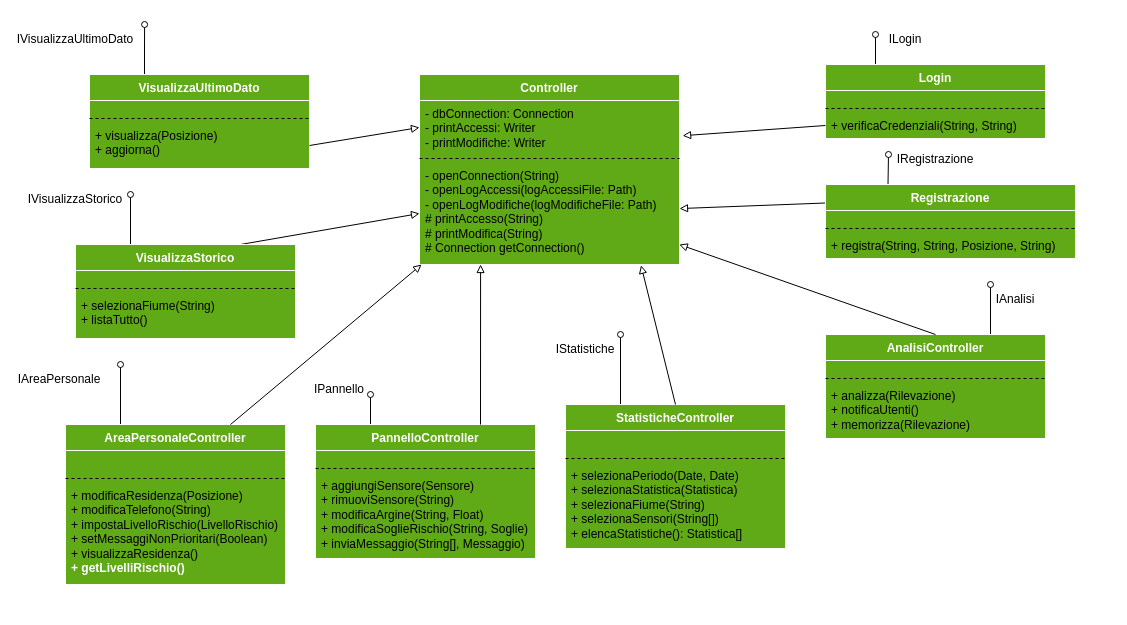
Above: ControllerImpl.drawio in MirkoTonelli/Ing (draw.io), before the change. Source tidied: cells renumbered, new cells numbered last; positions are measured from the earlier drawing's top-left corner, leaving out a move shared by most shapes. Both pictures are drawn from the tidied source at 100%, with x=0, y=0 at pixel (29, 24).
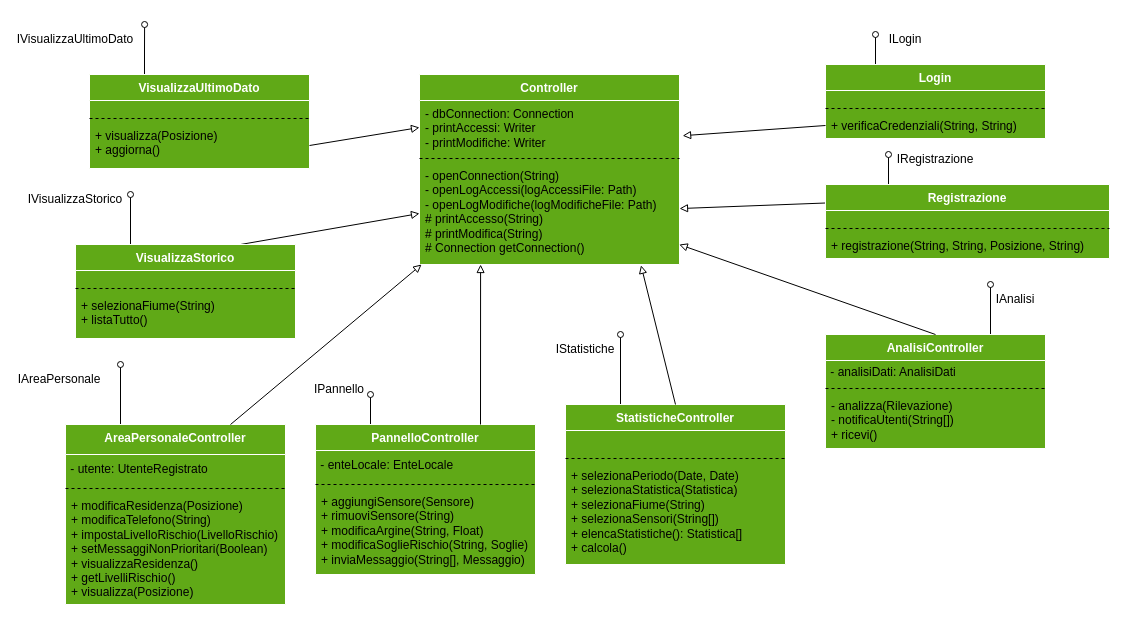
The same page after the edit.

What changed in the source:
```diff
@@
     <mxCell id="7" value="PannelloController" style="swimlane;fontStyle=1;align=center;verticalAlign=top;horizontal=1;startSize=26;whiteSpace=wrap;html=1;swimlaneFillColor=#60A917;fillColor=#60A917;fontColor=#FFFFFF;strokeColor=#FFFFFF;" parent="1" vertex="1">
-      <mxGeometry x="286" y="400" width="220" height="134" as="geometry" />
+      <mxGeometry x="286" y="400" width="220" height="150" as="geometry" />
     </mxCell>
-    <mxCell id="8" style="line;strokeWidth=1;fillColor=none;align=left;verticalAlign=middle;spacingTop=-1;spacingLeft=3;spacingRight=3;labelPosition=right;strokeColor=none;dashed=1;" parent="7" vertex="1">
-      <mxGeometry y="26" width="220" height="14" as="geometry" />
-    </mxCell>
+    <mxCell id="62" value="&amp;nbsp;- enteLocale: EnteLocale" style="text;html=1;align=left;verticalAlign=middle;whiteSpace=wrap;rounded=0;" parent="7" vertex="1">
+      <mxGeometry y="26" width="220" height="30" as="geometry" />
+    </mxCell>
     <mxCell id="9" style="line;strokeWidth=1;fillColor=none;align=left;verticalAlign=middle;spacingTop=-1;spacingLeft=3;spacingRight=3;labelPosition=right;strokeColor=default;dashed=1;" parent="7" vertex="1">
-      <mxGeometry y="40" width="220" height="8" as="geometry" />
+      <mxGeometry y="56" width="220" height="8" as="geometry" />
     </mxCell>
     <mxCell id="10" value="+ aggiungiSensore(Sensore)&lt;div&gt;+ rimuoviSensore(String)&lt;/div&gt;&lt;div&gt;+ modificaArgine(String, Float)&lt;/div&gt;&lt;div&gt;+ modificaSoglieRischio(String, Soglie)&lt;/div&gt;&lt;div&gt;+ inviaMessaggio(String[], Messaggio)&lt;/div&gt;&lt;div&gt;&lt;br&gt;&lt;/div&gt;" style="text;strokeColor=none;fillColor=none;align=left;verticalAlign=top;spacingLeft=4;spacingRight=4;overflow=hidden;whiteSpace=wrap;html=1;" parent="7" vertex="1">
-      <mxGeometry y="48" width="220" height="86" as="geometry" />
+      <mxGeometry y="64" width="220" height="86" as="geometry" />
     </mxCell>
@@
-    <mxCell id="25" value="AreaPersonaleController" style="swimlane;fontStyle=1;align=center;verticalAlign=top;horizontal=1;startSize=26;whiteSpace=wrap;html=1;swimlaneFillColor=#60A917;fillColor=#60A917;fontColor=#FFFFFF;strokeColor=#FFFFFF;" parent="1" vertex="1">
-      <mxGeometry x="36" y="400" width="220" height="160" as="geometry" />
+    <mxCell id="25" value="AreaPersonaleController" style="swimlane;fontStyle=1;align=center;verticalAlign=top;horizontal=1;startSize=30;whiteSpace=wrap;html=1;swimlaneFillColor=#60A917;fillColor=#60A917;fontColor=#FFFFFF;strokeColor=#FFFFFF;" parent="1" vertex="1">
+      <mxGeometry x="36" y="400" width="220" height="180" as="geometry" />
     </mxCell>
-    <mxCell id="26" style="line;strokeWidth=1;fillColor=none;align=left;verticalAlign=middle;spacingTop=-1;spacingLeft=3;spacingRight=3;labelPosition=right;strokeColor=none;dashed=1;" parent="25" vertex="1">
-      <mxGeometry y="26" width="220" height="24" as="geometry" />
-    </mxCell>
+    <mxCell id="63" value="&amp;nbsp;- utente: UtenteRegistrato" style="text;html=1;align=left;verticalAlign=middle;whiteSpace=wrap;rounded=0;" parent="25" vertex="1">
+      <mxGeometry y="30" width="220" height="30" as="geometry" />
+    </mxCell>
     <mxCell id="27" style="line;strokeWidth=1;fillColor=none;align=left;verticalAlign=middle;spacingTop=-1;spacingLeft=3;spacingRight=3;labelPosition=right;strokeColor=default;dashed=1;" parent="25" vertex="1">
-      <mxGeometry y="50" width="220" height="8" as="geometry" />
+      <mxGeometry y="60" width="220" height="8" as="geometry" />
     </mxCell>
-    <mxCell id="28" value="+ modificaResidenza(Posizione)&lt;div&gt;+ modificaTelefono(String)&lt;br&gt;&lt;div&gt;+ impostaLivelloRischio(LivelloRischio)&lt;/div&gt;&lt;/div&gt;&lt;div&gt;+ setMessaggiNonPrioritari(Boolean)&lt;/div&gt;&lt;div&gt;+ visualizzaResidenza()&lt;/div&gt;&lt;div&gt;&lt;font style=&quot;color: rgb(255, 255, 255);&quot;&gt;&lt;b&gt;+ getLivelliRischio()&lt;/b&gt;&lt;/font&gt;&lt;/div&gt;" style="text;strokeColor=none;fillColor=none;align=left;verticalAlign=top;spacingLeft=4;spacingRight=4;overflow=hidden;whiteSpace=wrap;html=1;" parent="25" vertex="1">
-      <mxGeometry y="58" width="220" height="102" as="geometry" />
+    <mxCell id="28" value="+ modificaResidenza(Posizione)&lt;div&gt;+ modificaTelefono(String)&lt;br&gt;&lt;div&gt;+ impostaLivelloRischio(LivelloRischio)&lt;/div&gt;&lt;/div&gt;&lt;div&gt;+ setMessaggiNonPrioritari(Boolean)&lt;/div&gt;&lt;div&gt;+ visualizzaResidenza()&lt;/div&gt;&lt;div&gt;&lt;font style=&quot;color: rgb(0, 1, 5);&quot;&gt;+ getLivelliRischio()&lt;/font&gt;&lt;/div&gt;&lt;div&gt;&lt;font style=&quot;color: rgb(0, 1, 5);&quot;&gt;+ visualizza(Posizione)&lt;/font&gt;&lt;/div&gt;" style="text;strokeColor=none;fillColor=none;align=left;verticalAlign=top;spacingLeft=4;spacingRight=4;overflow=hidden;whiteSpace=wrap;html=1;" parent="25" vertex="1">
+      <mxGeometry y="68" width="220" height="112" as="geometry" />
     </mxCell>
@@
     <mxCell id="30" value="StatisticheController" style="swimlane;fontStyle=1;align=center;verticalAlign=top;horizontal=1;startSize=26;whiteSpace=wrap;html=1;swimlaneFillColor=#60A917;fillColor=#60A917;fontColor=#FFFFFF;strokeColor=#FFFFFF;" parent="1" vertex="1">
-      <mxGeometry x="536" y="380" width="220" height="144" as="geometry" />
+      <mxGeometry x="536" y="380" width="220" height="160" as="geometry" />
     </mxCell>
@@
-    <mxCell id="33" value="+ selezionaPeriodo(Date, Date)&lt;div&gt;+ selezionaStatistica(Statistica)&lt;/div&gt;&lt;div&gt;+ selezionaFiume(String)&lt;/div&gt;&lt;div&gt;+ selezionaSensori(String[])&lt;/div&gt;&lt;div&gt;+ elencaStatistiche(): Statistica[]&lt;/div&gt;" style="text;strokeColor=none;fillColor=none;align=left;verticalAlign=top;spacingLeft=4;spacingRight=4;overflow=hidden;whiteSpace=wrap;html=1;" parent="30" vertex="1">
-      <mxGeometry y="58" width="220" height="86" as="geometry" />
+    <mxCell id="33" value="+ selezionaPeriodo(Date, Date)&lt;div&gt;+ selezionaStatistica(Statistica)&lt;/div&gt;&lt;div&gt;+ selezionaFiume(String)&lt;/div&gt;&lt;div&gt;+ selezionaSensori(String[])&lt;/div&gt;&lt;div&gt;+ elencaStatistiche(): Statistica[]&lt;/div&gt;&lt;div&gt;+ calcola()&lt;/div&gt;" style="text;strokeColor=none;fillColor=none;align=left;verticalAlign=top;spacingLeft=4;spacingRight=4;overflow=hidden;whiteSpace=wrap;html=1;" parent="30" vertex="1">
+      <mxGeometry y="58" width="220" height="102" as="geometry" />
     </mxCell>
@@
     <mxCell id="41" value="Registrazione" style="swimlane;fontStyle=1;align=center;verticalAlign=top;horizontal=1;startSize=26;whiteSpace=wrap;html=1;swimlaneFillColor=#60A917;fillColor=#60A917;fontColor=#FFFFFF;strokeColor=#FFFFFF;" parent="1" vertex="1">
-      <mxGeometry x="796" y="160" width="250" height="74" as="geometry" />
+      <mxGeometry x="796" y="160" width="284" height="74" as="geometry" />
     </mxCell>
     <mxCell id="42" style="line;strokeWidth=1;fillColor=none;align=left;verticalAlign=middle;spacingTop=-1;spacingLeft=3;spacingRight=3;labelPosition=right;strokeColor=none;dashed=1;" parent="41" vertex="1">
-      <mxGeometry y="26" width="250" height="14" as="geometry" />
+      <mxGeometry y="26" width="284" height="14" as="geometry" />
     </mxCell>
     <mxCell id="43" style="line;strokeWidth=1;fillColor=none;align=left;verticalAlign=middle;spacingTop=-1;spacingLeft=3;spacingRight=3;labelPosition=right;strokeColor=default;dashed=1;" parent="41" vertex="1">
-      <mxGeometry y="40" width="250" height="8" as="geometry" />
+      <mxGeometry y="40" width="284" height="8" as="geometry" />
     </mxCell>
-    <mxCell id="44" value="+ registra(String, String, Posizione, String)" style="text;strokeColor=none;fillColor=none;align=left;verticalAlign=top;spacingLeft=4;spacingRight=4;overflow=hidden;whiteSpace=wrap;html=1;" parent="41" vertex="1">
-      <mxGeometry y="48" width="250" height="26" as="geometry" />
+    <mxCell id="44" value="+ registrazione(String, String, Posizione, String)" style="text;strokeColor=none;fillColor=none;align=left;verticalAlign=top;spacingLeft=4;spacingRight=4;overflow=hidden;whiteSpace=wrap;html=1;" parent="41" vertex="1">
+      <mxGeometry y="48" width="284" height="26" as="geometry" />
     </mxCell>
@@
     <mxCell id="46" value="AnalisiController" style="swimlane;fontStyle=1;align=center;verticalAlign=top;horizontal=1;startSize=26;whiteSpace=wrap;html=1;swimlaneFillColor=#60A917;fillColor=#60A917;fontColor=#FFFFFF;strokeColor=#FFFFFF;" parent="1" vertex="1">
-      <mxGeometry x="796" y="310" width="220" height="104" as="geometry" />
+      <mxGeometry x="796" y="310" width="220" height="114" as="geometry" />
     </mxCell>
-    <mxCell id="47" style="line;strokeWidth=1;fillColor=none;align=left;verticalAlign=middle;spacingTop=-1;spacingLeft=3;spacingRight=3;labelPosition=right;strokeColor=none;dashed=1;" parent="46" vertex="1">
-      <mxGeometry y="26" width="220" height="14" as="geometry" />
-    </mxCell>
+    <mxCell id="64" value="&amp;nbsp;- analisiDati: AnalisiDati" style="text;strokeColor=none;align=left;fillColor=none;html=1;verticalAlign=middle;whiteSpace=wrap;rounded=0;" parent="46" vertex="1">
+      <mxGeometry y="26" width="220" height="24" as="geometry" />
+    </mxCell>
     <mxCell id="48" style="line;strokeWidth=1;fillColor=none;align=left;verticalAlign=middle;spacingTop=-1;spacingLeft=3;spacingRight=3;labelPosition=right;strokeColor=default;dashed=1;" parent="46" vertex="1">
-      <mxGeometry y="40" width="220" height="8" as="geometry" />
+      <mxGeometry y="50" width="220" height="8" as="geometry" />
     </mxCell>
-    <mxCell id="49" value="+ analizza(Rilevazione)&lt;div&gt;+ notificaUtenti()&lt;/div&gt;&lt;div&gt;+ memorizza(Rilevazione)&lt;/div&gt;" style="text;strokeColor=none;fillColor=none;align=left;verticalAlign=top;spacingLeft=4;spacingRight=4;overflow=hidden;whiteSpace=wrap;html=1;" parent="46" vertex="1">
-      <mxGeometry y="48" width="220" height="56" as="geometry" />
+    <mxCell id="49" value="- analizza(Rilevazione)&lt;div&gt;- notificaUtenti(String[])&lt;/div&gt;&lt;div&gt;+ ricevi()&lt;/div&gt;" style="text;strokeColor=none;fillColor=none;align=left;verticalAlign=top;spacingLeft=4;spacingRight=4;overflow=hidden;whiteSpace=wrap;html=1;" parent="46" vertex="1">
+      <mxGeometry y="58" width="220" height="56" as="geometry" />
     </mxCell>
```
